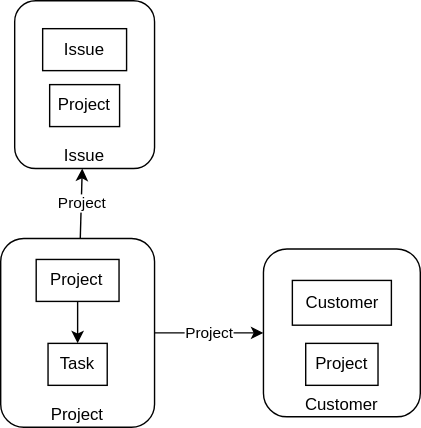
dnowak94/issuetracker keeps this draw.io diagram as context_map.svg. Above is the earlier version. Source tidied: cells renumbered, new cells last; positions are measured from the earlier drawing's top-left corner, leaving out a move shared by most shapes.
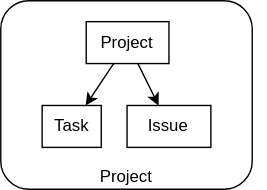
After the change.

Diff of the diagram source:
```diff
@@ -2,44 +2,26 @@
   <root>
     <mxCell id="0" />
     <mxCell id="1" parent="0" />
-    <mxCell id="2" value="Project" style="endArrow=classic;html=1;rounded=0;" parent="1" edge="1" source="4" target="12">
-      <mxGeometry relative="1" as="geometry" />
-    </mxCell>
     <mxCell id="3" style="group;" parent="1" vertex="1">
-      <mxGeometry y="170" width="110" height="135" as="geometry" />
+      <mxGeometry y="170" width="170" height="135" as="geometry" />
     </mxCell>
     <mxCell id="4" value="Project" style="rounded=1;whiteSpace=wrap;html=1;verticalAlign=bottom;" parent="3" vertex="1">
-      <mxGeometry width="110" height="135" as="geometry" />
+      <mxGeometry x="-20" width="180" height="135" as="geometry" />
     </mxCell>
     <mxCell id="5" value="Project" style="rounded=0;whiteSpace=wrap;html=1;" parent="3" vertex="1">
-      <mxGeometry x="25.4" y="15" width="59.2" height="30" as="geometry" />
+      <mxGeometry x="41.2" y="15" width="59.2" height="30" as="geometry" />
     </mxCell>
     <mxCell id="6" value="Task" style="rounded=0;whiteSpace=wrap;html=1;" parent="3" vertex="1">
-      <mxGeometry x="33.8" y="75" width="42.3" height="30" as="geometry" />
+      <mxGeometry x="9.6" y="75" width="42.3" height="30" as="geometry" />
     </mxCell>
     <mxCell id="7" style="endArrow=classic;html=1;rounded=0;" parent="3" edge="1" source="5" target="6">
       <mxGeometry relative="1" as="geometry" />
     </mxCell>
-    <mxCell id="8" value="Project" style="endArrow=classic;html=1;rounded=0;" parent="1" edge="1" source="4" target="9">
-      <mxGeometry relative="1" as="geometry" />
-    </mxCell>
-    <mxCell id="9" value="Customer" style="rounded=1;whiteSpace=wrap;html=1;verticalAlign=bottom;" parent="1" vertex="1">
-      <mxGeometry x="187.9" y="177.5" width="112.1" height="120" as="geometry" />
-    </mxCell>
-    <mxCell id="10" value="Customer" style="rounded=0;whiteSpace=wrap;html=1;" parent="1" vertex="1">
-      <mxGeometry x="208.5" y="200" width="70.8" height="32" as="geometry" />
-    </mxCell>
-    <mxCell id="11" value="Project" style="whiteSpace=wrap;html=1;align=center;" parent="1" vertex="1">
-      <mxGeometry x="218.1" y="245" width="51.7" height="30" as="geometry" />
-    </mxCell>
-    <mxCell id="12" value="Issue" style="rounded=1;whiteSpace=wrap;html=1;verticalAlign=bottom;" parent="1" vertex="1">
-      <mxGeometry x="10" width="100" height="120" as="geometry" />
-    </mxCell>
-    <mxCell id="13" value="Issue" style="rounded=0;whiteSpace=wrap;html=1;" parent="1" vertex="1">
-      <mxGeometry x="30" y="20" width="60" height="30" as="geometry" />
+    <mxCell id="13" value="Issue" style="rounded=0;whiteSpace=wrap;html=1;" parent="3" vertex="1">
+      <mxGeometry x="70.4" y="75" width="60" height="30" as="geometry" />
     </mxCell>
-    <mxCell id="14" value="Project" style="rounded=0;whiteSpace=wrap;html=1;" parent="1" vertex="1">
-      <mxGeometry x="35" y="60" width="50" height="30" as="geometry" />
-    </mxCell>
+    <mxCell id="15" style="endArrow=classic;html=1;rounded=0;" parent="3" edge="1" source="5" target="13">
+      <mxGeometry relative="1" as="geometry" />
+    </mxCell>
   </root>
 </mxGraphModel>
```
